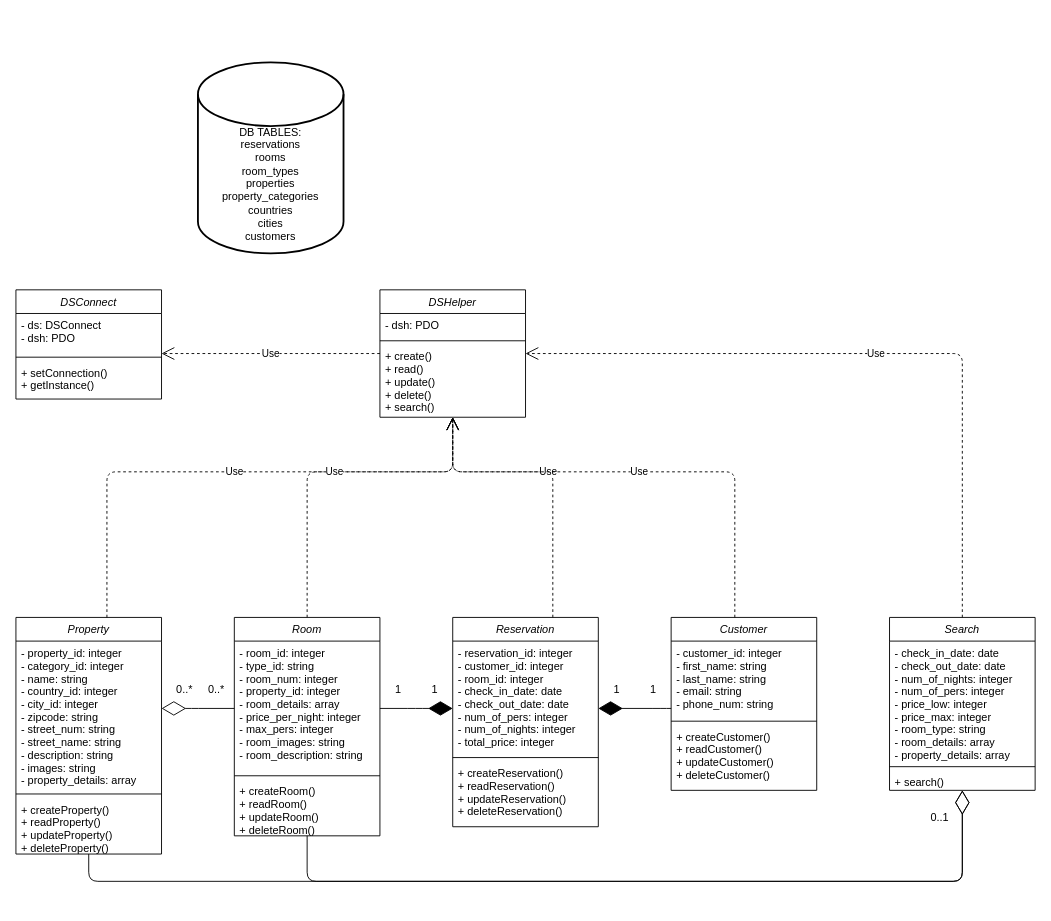
Before: uml/hotel_educom.drawio in redfiretim/Hotel_Admin_API, a draw.io diagram. Source tidied: cells renumbered, new cells numbered last; positions are measured from the earlier drawing's top-left corner, leaving out a move shared by most shapes. Both pictures are drawn from the tidied source at 91%, with x=0, y=0 at pixel (15, 62).
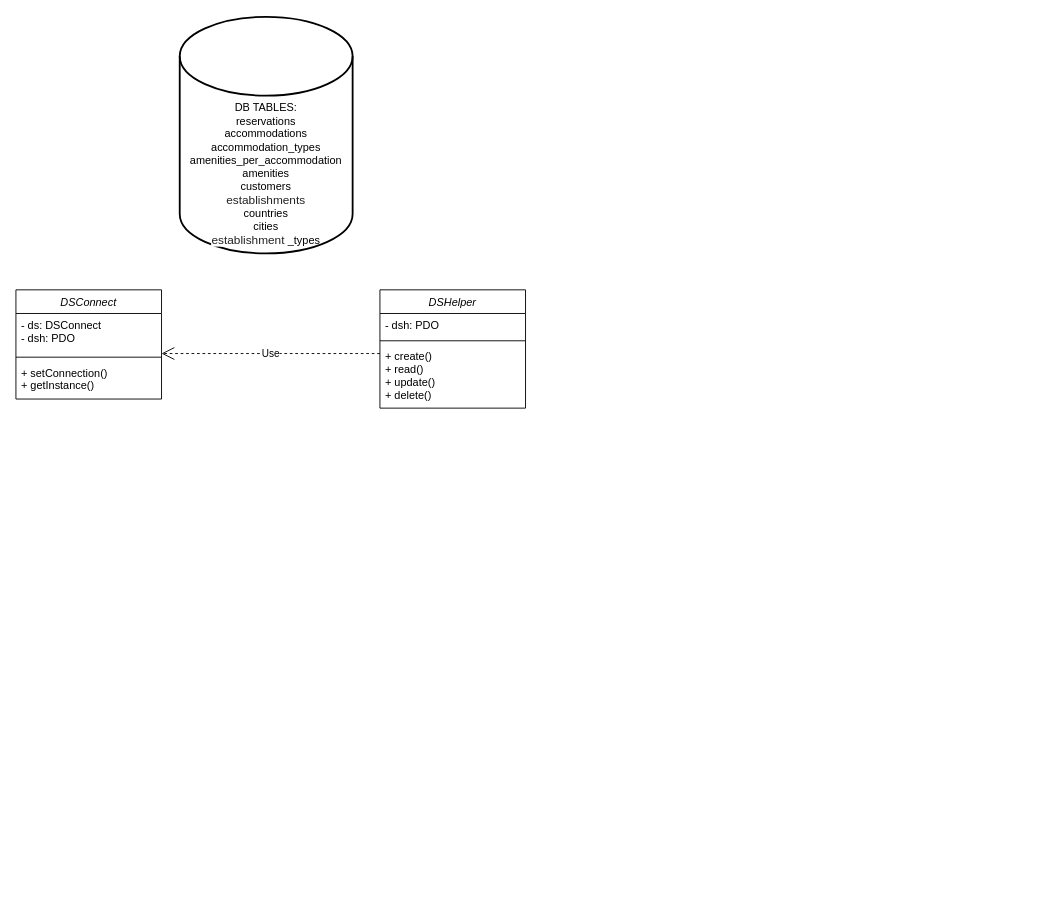
After the change.

Commit message:
uml updated, new db tables added, search method removed, classes removed

Change to the diagram source:
```diff
@@
     <mxCell id="2" value="DSHelper" style="swimlane;fontStyle=2;align=center;verticalAlign=top;horizontal=1;startSize=26;rounded=0;shadow=0;strokeWidth=1;" parent="1" vertex="1">
-      <mxGeometry x="400" y="250" width="160" height="140" as="geometry" />
+      <mxGeometry x="400" y="250" width="160" height="130" as="geometry" />
     </mxCell>
@@
-    <mxCell id="5" value="+ create()&#10;+ read()&#10;+ update()&#10;+ delete()&#10;+ search()&#10;" style="text;align=left;verticalAlign=top;spacingLeft=4;spacingRight=4;overflow=hidden;" parent="2" vertex="1">
-      <mxGeometry y="60" width="160" height="80" as="geometry" />
+    <mxCell id="5" value="+ create()&#10;+ read()&#10;+ update()&#10;+ delete()&#10;" style="text;align=left;verticalAlign=top;spacingLeft=4;spacingRight=4;overflow=hidden;" parent="2" vertex="1">
+      <mxGeometry y="60" width="160" height="70" as="geometry" />
     </mxCell>
@@
-    <mxCell id="10" value="&lt;br&gt;&lt;br&gt;&lt;br&gt;&lt;br&gt;DB TABLES:&lt;br&gt;reservations&lt;br&gt;rooms&lt;br&gt;room_types&lt;br&gt;properties&lt;br&gt;property_categories&lt;br&gt;countries&lt;br&gt;cities&lt;br&gt;customers" style="strokeWidth=2;html=1;shape=mxgraph.flowchart.database;whiteSpace=wrap;" parent="1" vertex="1">
-      <mxGeometry x="200" width="160" height="210" as="geometry" />
+    <mxCell id="10" value="&lt;br&gt;&lt;br&gt;&lt;br&gt;&lt;br&gt;&lt;br&gt;&lt;br&gt;DB TABLES:&lt;br&gt;reservations&lt;br&gt;accommodations&lt;br&gt;accommodation_types&lt;br&gt;amenities_per_accommodation&lt;br&gt;amenities&lt;br&gt;customers&lt;br&gt;&lt;span style=&quot;color: rgb(34 , 34 , 34) ; font-family: &amp;#34;arial&amp;#34; , sans-serif ; font-size: small ; text-align: left ; background-color: rgb(255 , 255 , 255)&quot;&gt;establishments&lt;br&gt;&lt;/span&gt;countries&lt;br&gt;cities&lt;br&gt;&lt;span style=&quot;color: rgb(34 , 34 , 34) ; font-family: &amp;#34;arial&amp;#34; , sans-serif ; font-size: small ; text-align: left ; background-color: rgb(255 , 255 , 255)&quot;&gt;establishment&amp;nbsp;&lt;/span&gt;_types&lt;br&gt;" style="strokeWidth=2;html=1;shape=mxgraph.flowchart.database;whiteSpace=wrap;" parent="1" vertex="1">
+      <mxGeometry x="180" y="-50" width="190" height="260" as="geometry" />
     </mxCell>
-    <mxCell id="11" value="Property" style="swimlane;fontStyle=2;align=center;verticalAlign=top;horizontal=1;startSize=26;rounded=0;shadow=0;strokeWidth=1;" parent="1" vertex="1">
-      <mxGeometry y="610" width="160" height="260" as="geometry" />
-    </mxCell>
-    <mxCell id="12" value="- property_id: integer&#10;- category_id: integer&#10;- name: string&#10;- country_id: integer&#10;- city_id: integer&#10;- zipcode: string&#10;- street_num: string&#10;- street_name: string&#10;- description: string&#10;- images: string&#10;- property_details: array" style="text;align=left;verticalAlign=top;spacingLeft=4;spacingRight=4;overflow=hidden;" parent="11" vertex="1">
-      <mxGeometry y="26" width="160" height="164" as="geometry" />
-    </mxCell>
-    <mxCell id="13" style="line;html=1;strokeWidth=1;align=left;verticalAlign=middle;spacingTop=-1;spacingLeft=3;spacingRight=3;labelPosition=right;" parent="11" vertex="1">
-      <mxGeometry y="190" width="160" height="8" as="geometry" />
-    </mxCell>
-    <mxCell id="14" value="+ createProperty()&#10;+ readProperty()&#10;+ updateProperty()&#10;+ deleteProperty()" style="text;align=left;verticalAlign=top;spacingLeft=4;spacingRight=4;overflow=hidden;" parent="11" vertex="1">
-      <mxGeometry y="198" width="160" height="62" as="geometry" />
-    </mxCell>
-    <mxCell id="15" value="Use" style="endArrow=open;endSize=12;dashed=1;html=1;fontColor=#000000;strokeColor=#000000;edgeStyle=orthogonalEdgeStyle;" parent="1" edge="1" source="11" target="2">
-      <mxGeometry relative="1" as="geometry">
-        <Array as="points">
-          <mxPoint x="100" y="450" />
-        </Array>
-      </mxGeometry>
-    </mxCell>
-    <mxCell id="16" value="Reservation&#10;" style="swimlane;fontStyle=2;align=center;verticalAlign=top;horizontal=1;startSize=26;rounded=0;shadow=0;strokeWidth=1;" parent="1" vertex="1">
-      <mxGeometry x="480" y="610" width="160" height="230" as="geometry" />
-    </mxCell>
-    <mxCell id="17" value="- reservation_id: integer&#10;- customer_id: integer&#10;- room_id: integer&#10;- check_in_date: date&#10;- check_out_date: date&#10;- num_of_pers: integer&#10;- num_of_nights: integer&#10;- total_price: integer&#10;" style="text;align=left;verticalAlign=top;spacingLeft=4;spacingRight=4;overflow=hidden;" parent="16" vertex="1">
-      <mxGeometry y="26" width="160" height="124" as="geometry" />
-    </mxCell>
-    <mxCell id="18" style="line;html=1;strokeWidth=1;align=left;verticalAlign=middle;spacingTop=-1;spacingLeft=3;spacingRight=3;labelPosition=right;" parent="16" vertex="1">
-      <mxGeometry y="150" width="160" height="8" as="geometry" />
-    </mxCell>
-    <mxCell id="19" value="+ createReservation()&#10;+ readReservation()&#10;+ updateReservation()&#10;+ deleteReservation()" style="text;align=left;verticalAlign=top;spacingLeft=4;spacingRight=4;overflow=hidden;" parent="16" vertex="1">
-      <mxGeometry y="158" width="160" height="72" as="geometry" />
-    </mxCell>
-    <mxCell id="20" value="Use" style="endArrow=open;endSize=12;dashed=1;html=1;fontColor=#000000;strokeColor=#000000;edgeStyle=orthogonalEdgeStyle;" parent="1" edge="1" source="21" target="2">
-      <mxGeometry relative="1" as="geometry">
-        <Array as="points">
-          <mxPoint x="320" y="450" />
-        </Array>
-      </mxGeometry>
-    </mxCell>
-    <mxCell id="21" value="Room" style="swimlane;fontStyle=2;align=center;verticalAlign=top;horizontal=1;startSize=26;rounded=0;shadow=0;strokeWidth=1;" parent="1" vertex="1">
-      <mxGeometry x="240" y="610" width="160" height="240" as="geometry" />
-    </mxCell>
-    <mxCell id="22" value="- room_id: integer&#10;- type_id: string&#10;- room_num: integer&#10;- property_id: integer&#10;- room_details: array&#10;- price_per_night: integer&#10;- max_pers: integer&#10;- room_images: string&#10;- room_description: string&#10;&#10;" style="text;align=left;verticalAlign=top;spacingLeft=4;spacingRight=4;overflow=hidden;" parent="21" vertex="1">
-      <mxGeometry y="26" width="160" height="144" as="geometry" />
-    </mxCell>
-    <mxCell id="23" style="line;html=1;strokeWidth=1;align=left;verticalAlign=middle;spacingTop=-1;spacingLeft=3;spacingRight=3;labelPosition=right;" parent="21" vertex="1">
-      <mxGeometry y="170" width="160" height="8" as="geometry" />
-    </mxCell>
-    <mxCell id="24" value="+ createRoom()&#10;+ readRoom()&#10;+ updateRoom()&#10;+ deleteRoom()" style="text;align=left;verticalAlign=top;spacingLeft=4;spacingRight=4;overflow=hidden;" parent="21" vertex="1">
-      <mxGeometry y="178" width="160" height="62" as="geometry" />
-    </mxCell>
-    <mxCell id="25" value="Customer" style="swimlane;fontStyle=2;align=center;verticalAlign=top;horizontal=1;startSize=26;rounded=0;shadow=0;strokeWidth=1;" parent="1" vertex="1">
-      <mxGeometry x="720" y="610" width="160" height="190" as="geometry" />
-    </mxCell>
-    <mxCell id="26" value="- customer_id: integer&#10;- first_name: string&#10;- last_name: string&#10;- email: string&#10;- phone_num: string" style="text;align=left;verticalAlign=top;spacingLeft=4;spacingRight=4;overflow=hidden;" parent="25" vertex="1">
-      <mxGeometry y="26" width="160" height="84" as="geometry" />
-    </mxCell>
-    <mxCell id="27" style="line;html=1;strokeWidth=1;align=left;verticalAlign=middle;spacingTop=-1;spacingLeft=3;spacingRight=3;labelPosition=right;" parent="25" vertex="1">
-      <mxGeometry y="110" width="160" height="8" as="geometry" />
-    </mxCell>
-    <mxCell id="28" value="+ createCustomer()&#10;+ readCustomer()&#10;+ updateCustomer()&#10;+ deleteCustomer()" style="text;align=left;verticalAlign=top;spacingLeft=4;spacingRight=4;overflow=hidden;" parent="25" vertex="1">
-      <mxGeometry y="118" width="160" height="62" as="geometry" />
-    </mxCell>
-    <mxCell id="29" style="endArrow=diamondThin;endFill=1;endSize=24;html=1;strokeColor=#000000;fontColor=#000000;edgeStyle=orthogonalEdgeStyle;" parent="1" edge="1" source="25" target="16">
-      <mxGeometry relative="1" as="geometry">
-        <Array as="points">
-          <mxPoint x="710" y="710" />
-          <mxPoint x="710" y="710" />
-        </Array>
-      </mxGeometry>
-    </mxCell>
-    <mxCell id="30" value="Use" style="endArrow=open;endSize=12;dashed=1;html=1;fontColor=#000000;strokeColor=#000000;edgeStyle=orthogonalEdgeStyle;" parent="1" edge="1" source="16" target="2">
-      <mxGeometry relative="1" as="geometry">
-        <Array as="points">
-          <mxPoint x="590" y="450" />
-        </Array>
-      </mxGeometry>
-    </mxCell>
-    <mxCell id="31" value="Use" style="endArrow=open;endSize=12;dashed=1;html=1;fontColor=#000000;strokeColor=#000000;edgeStyle=orthogonalEdgeStyle;" parent="1" edge="1" source="25" target="2">
-      <mxGeometry relative="1" as="geometry">
-        <Array as="points">
-          <mxPoint x="790" y="450" />
-        </Array>
-      </mxGeometry>
-    </mxCell>
-    <mxCell id="32" value="Search" style="swimlane;fontStyle=2;align=center;verticalAlign=top;horizontal=1;startSize=26;rounded=0;shadow=0;strokeWidth=1;" parent="1" vertex="1">
-      <mxGeometry x="960" y="610" width="160" height="190" as="geometry" />
-    </mxCell>
-    <mxCell id="33" value="- check_in_date: date&#10;- check_out_date: date&#10;- num_of_nights: integer&#10;- num_of_pers: integer&#10;- price_low: integer&#10;- price_max: integer&#10;- room_type: string&#10;- room_details: array&#10;- property_details: array&#10;" style="text;align=left;verticalAlign=top;spacingLeft=4;spacingRight=4;overflow=hidden;" parent="32" vertex="1">
-      <mxGeometry y="26" width="160" height="134" as="geometry" />
-    </mxCell>
-    <mxCell id="34" style="line;html=1;strokeWidth=1;align=left;verticalAlign=middle;spacingTop=-1;spacingLeft=3;spacingRight=3;labelPosition=right;" parent="32" vertex="1">
-      <mxGeometry y="160" width="160" height="8" as="geometry" />
-    </mxCell>
-    <mxCell id="35" value="+ search()" style="text;align=left;verticalAlign=top;spacingLeft=4;spacingRight=4;overflow=hidden;" parent="32" vertex="1">
-      <mxGeometry y="168" width="160" height="22" as="geometry" />
-    </mxCell>
-    <mxCell id="36" value="Use" style="endArrow=open;endSize=12;dashed=1;html=1;fontColor=#000000;strokeColor=#000000;edgeStyle=orthogonalEdgeStyle;" parent="1" edge="1" source="32" target="2">
-      <mxGeometry relative="1" as="geometry">
-        <Array as="points">
-          <mxPoint x="1040" y="320" />
-        </Array>
-      </mxGeometry>
-    </mxCell>
-    <mxCell id="37" style="endArrow=diamondThin;endFill=1;endSize=24;html=1;strokeColor=#000000;fontColor=#000000;edgeStyle=orthogonalEdgeStyle;" parent="1" edge="1" source="21" target="16">
-      <mxGeometry relative="1" as="geometry">
-        <Array as="points">
-          <mxPoint x="440" y="710" />
-          <mxPoint x="440" y="710" />
-        </Array>
-      </mxGeometry>
-    </mxCell>
-    <mxCell id="38" style="endArrow=diamondThin;endFill=0;endSize=24;html=1;strokeColor=#000000;fontColor=#000000;edgeStyle=orthogonalEdgeStyle;" parent="1" edge="1" source="21" target="11">
-      <mxGeometry relative="1" as="geometry">
-        <Array as="points">
-          <mxPoint x="200" y="710" />
-          <mxPoint x="200" y="710" />
-        </Array>
-      </mxGeometry>
-    </mxCell>
-    <mxCell id="39" style="endArrow=diamondThin;endFill=0;endSize=24;html=1;strokeColor=#000000;fontColor=#000000;edgeStyle=orthogonalEdgeStyle;" parent="1" edge="1" source="21" target="32">
-      <mxGeometry relative="1" as="geometry">
-        <Array as="points">
-          <mxPoint x="320" y="900" />
-          <mxPoint x="1040" y="900" />
-        </Array>
-      </mxGeometry>
-    </mxCell>
-    <mxCell id="40" style="endArrow=diamondThin;endFill=0;endSize=24;html=1;strokeColor=#000000;fontColor=#000000;edgeStyle=orthogonalEdgeStyle;" parent="1" edge="1" source="11" target="32">
-      <mxGeometry relative="1" as="geometry">
-        <Array as="points">
-          <mxPoint x="80" y="900" />
-          <mxPoint x="1040" y="900" />
-        </Array>
-      </mxGeometry>
-    </mxCell>
@@
-    <mxCell id="42" value="1" style="text;html=1;align=center;verticalAlign=middle;fontColor=#000000;" parent="1" vertex="1">
-      <mxGeometry x="650" y="680" width="20" height="20" as="geometry" />
-    </mxCell>
-    <mxCell id="43" value="1" style="text;html=1;align=center;verticalAlign=middle;fontColor=#000000;" parent="1" vertex="1">
-      <mxGeometry x="690" y="680" width="20" height="20" as="geometry" />
-    </mxCell>
-    <mxCell id="44" value="1" style="text;html=1;align=center;verticalAlign=middle;fontColor=#000000;" parent="1" vertex="1">
-      <mxGeometry x="450" y="680" width="20" height="20" as="geometry" />
-    </mxCell>
-    <mxCell id="45" value="1" style="text;html=1;align=center;verticalAlign=middle;fontColor=#000000;" parent="1" vertex="1">
-      <mxGeometry x="410" y="680" width="20" height="20" as="geometry" />
-    </mxCell>
-    <mxCell id="46" value="0..*" style="text;html=1;align=center;verticalAlign=middle;fontColor=#000000;" parent="1" vertex="1">
-      <mxGeometry x="205" y="680" width="30" height="20" as="geometry" />
-    </mxCell>
-    <mxCell id="47" value="0..*" style="text;html=1;align=center;verticalAlign=middle;fontColor=#000000;" parent="1" vertex="1">
-      <mxGeometry x="170" y="680" width="30" height="20" as="geometry" />
-    </mxCell>
-    <mxCell id="48" value="0..1" style="text;html=1;align=center;verticalAlign=middle;fontColor=#000000;" parent="1" vertex="1">
-      <mxGeometry x="995" y="820" width="40" height="20" as="geometry" />
-    </mxCell>
```
